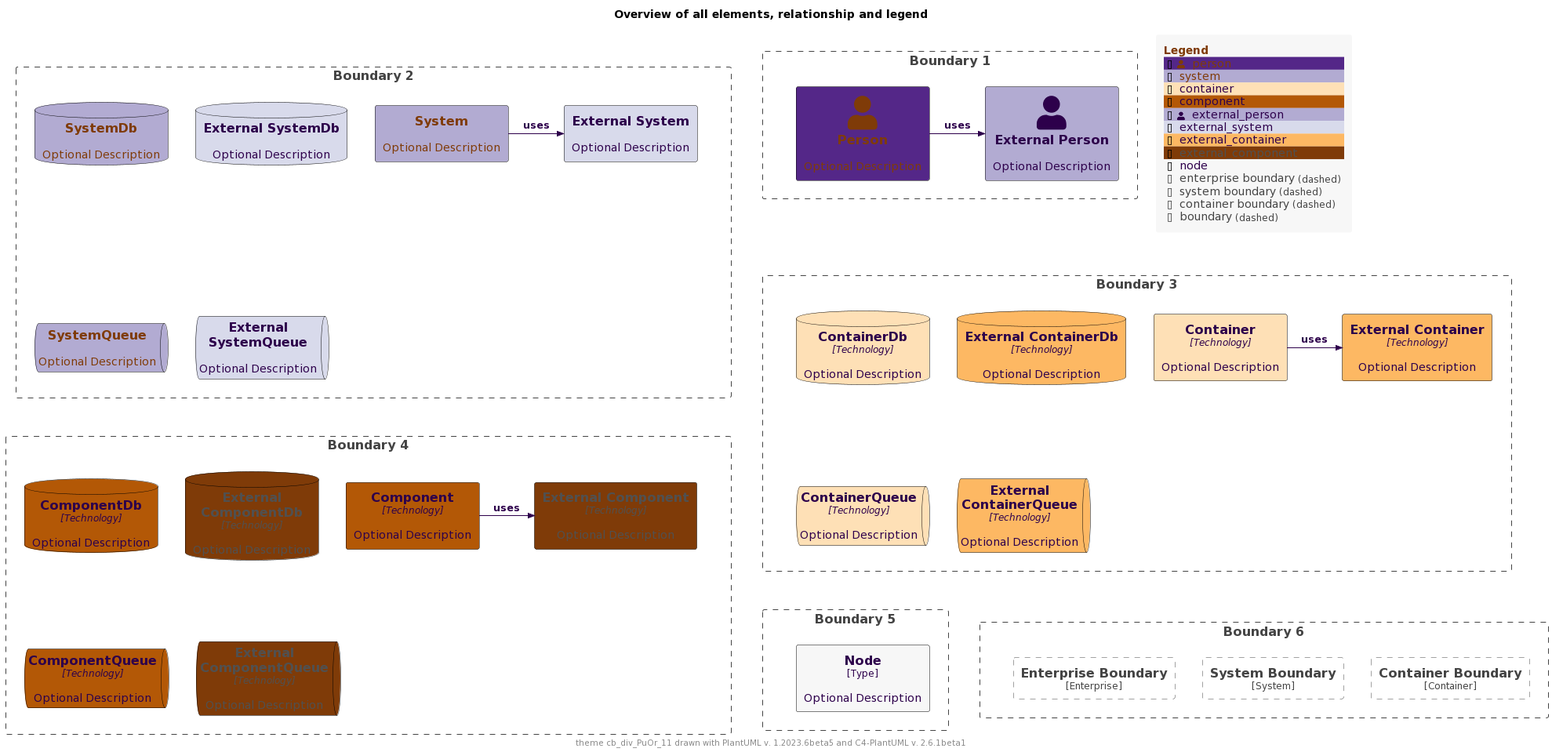
Before: palettes/puml-theme-cb_div_PuOr_11-example.png, a diagram exported from PlantUML (mweagle/C4-PlantUML-Themes).
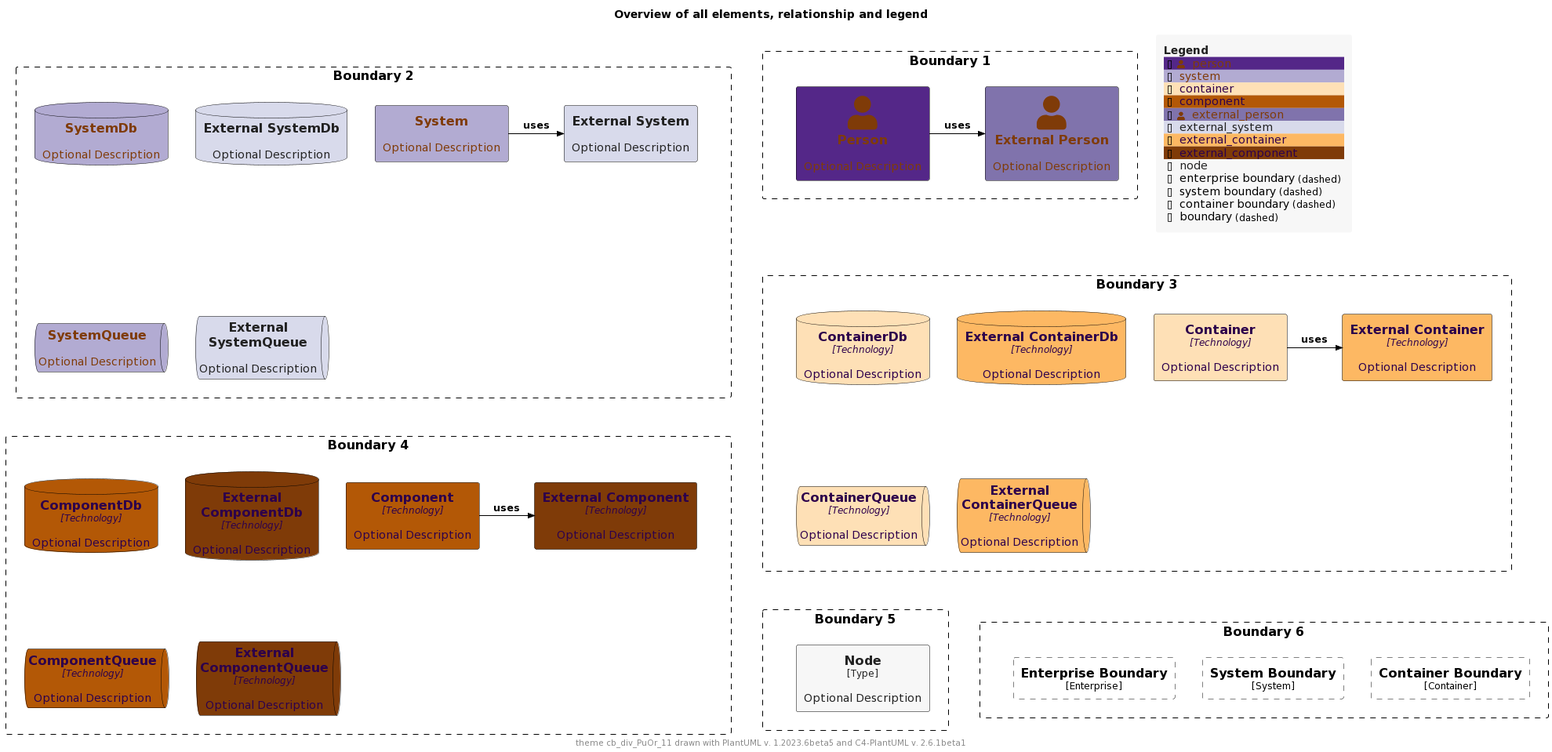
After the change.

The edit, as a diff of the source:
```diff
@@ -2,16 +2,16 @@
 !$THEME = "cb_div_PuOr_11"
 
 !function $textcolor($bgColor)
-!if $bgcolor == $COLOR_INDEX_4 || $bgcolor == $COLOR_INDEX_5
+!if $bgColor == $COLOR_INDEX_0 || $bgColor == $COLOR_INDEX_1 || $bgColor == $COLOR_INDEX_2 || $bgColor == $COLOR_INDEX_3 || $bgColor == $COLOR_INDEX_4
+!return $COLOR_INDEX_10
+!elseif $bgColor == $COLOR_INDEX_7 || $bgColor == $COLOR_INDEX_8 || $bgColor == $COLOR_INDEX_9 || $bgColor == $COLOR_INDEX_10
+!return $COLOR_INDEX_0
+!elseif %is_light($bgColor)
+!return "#222222"
+!elseif %is_dark($bgColor)
+!return "#dddddd"
+!else
 !return $COLOR_TEXT_FALLBACK_COLOR
-!elseif $bgColor == $COLOR_INDEX_10
-!return $COLOR_TEXT_FALLBACK_COLOR
-!elseif $bgColor == $COLOR_INDEX_0
-!return $COLOR_TEXT_FALLBACK_COLOR
-!elseif %is_light($bgColor)
-!return $COLOR_TEXT_DARK
-!else
-!return $COLOR_TEXT_LIGHT
 !endif
 !endfunction
 
@@ -28,42 +28,40 @@
 !$COLOR_INDEX_10="#2D004B"
 !$COLOR_BORDER_COLOR="#000000"
 
-!$COLOR_REL_COLOR="#2D004B"
-
 !$COLOR_TEXT_LIGHT=$COLOR_INDEX_0
 !$COLOR_TEXT_DARK=$COLOR_INDEX_10
 !$COLOR_TEXT_NEUTRAL=$textcolor($COLOR_INDEX_5)
-!$COLOR_REL_COLOR=$textcolor($COLOR_INDEX_0)
+!$COLOR_REL_COLOR=$textcolor($COLOR_INDEX_10)
 
-!$COLOR_TEXT_FALLBACK_COLOR ?= "#505050"
+!$COLOR_TEXT_FALLBACK_COLOR ?= "#000000"
 
 !$STEREOTYPE_FONT_SIZE ?= 12
 !$TECHN_FONT_SIZE ?= 12
 
-!$ELEMENT_FONT_COLOR ?= $COLOR_TEXT_NEUTRAL
+!$ELEMENT_FONT_COLOR ?= $COLOR_TEXT_FALLBACK_COLOR
 
-!$ARROW_COLOR ?= $COLOR_TEXT_NEUTRAL
-!$ARROW_FONT_COLOR ?= $COLOR_TEXT_NEUTRAL
+!$ARROW_COLOR ?= $COLOR_TEXT_FALLBACK_COLOR
+!$ARROW_FONT_COLOR ?= $COLOR_TEXT_FALLBACK_COLOR
 !$ARROW_FONT_SIZE ?= 12
 
-!$BOUNDARY_COLOR ?= "#444444"
+!$BOUNDARY_COLOR ?= $COLOR_BORDER_COLOR
 !$BOUNDARY_BG_COLOR ?= "transparent"
 !$BOUNDARY_BORDER_STYLE ?= "dashed"
 
-!$PERSON_FONT_COLOR ?= $textcolor($COLOR_INDEX_9)
 !$PERSON_BG_COLOR ?= $COLOR_INDEX_9
+!$PERSON_FONT_COLOR ?= $textcolor($PERSON_BG_COLOR)
 !$PERSON_BORDER_COLOR ?= $COLOR_BORDER_COLOR
 
-!$EXTERNAL_PERSON_FONT_COLOR ?= $textcolor($COLOR_INDEX_7)
-!$EXTERNAL_PERSON_BG_COLOR ?= $COLOR_INDEX_7
+!$EXTERNAL_PERSON_BG_COLOR ?= $COLOR_INDEX_8
+!$EXTERNAL_PERSON_FONT_COLOR ?= $textcolor($EXTERNAL_PERSON_BG_COLOR)
 !$EXTERNAL_PERSON_BORDER_COLOR ?= $COLOR_BORDER_COLOR
 
-!$SYSTEM_FONT_COLOR ?= $COLOR_TEXT_LIGHT
 !$SYSTEM_BG_COLOR ?= $COLOR_INDEX_7
+!$SYSTEM_FONT_COLOR ?= $textcolor($SYSTEM_BG_COLOR)
 !$SYSTEM_BORDER_COLOR ?= $COLOR_BORDER_COLOR
 
-!$EXTERNAL_SYSTEM_FONT_COLOR ?= $textcolor($COLOR_INDEX_6)
 !$EXTERNAL_SYSTEM_BG_COLOR ?= $COLOR_INDEX_6
+!$EXTERNAL_SYSTEM_FONT_COLOR ?= $textcolor($EXTERNAL_SYSTEM_BG_COLOR)
 !$EXTERNAL_SYSTEM_BORDER_COLOR ?= $COLOR_BORDER_COLOR
 
 !$SYSTEM_BOUNDARY_COLOR ?= $BOUNDARY_COLOR
@@ -74,31 +72,31 @@
 !$ENTERPRISE_BOUNDARY_BG_COLOR ?= $BOUNDARY_BG_COLOR
 !$ENTERPRISE_BOUNDARY_BORDER_STYLE ?= $BOUNDARY_BORDER_STYLE
 
-!$CONTAINER_FONT_COLOR ?= $COLOR_TEXT_DARK
 !$CONTAINER_BG_COLOR ?= $COLOR_INDEX_4
+!$CONTAINER_FONT_COLOR ?= $textcolor($CONTAINER_BG_COLOR)
 !$CONTAINER_BORDER_COLOR ?= $COLOR_BORDER_COLOR
 
-!$EXTERNAL_CONTAINER_FONT_COLOR ?= $textcolor($COLOR_INDEX_3)
 !$EXTERNAL_CONTAINER_BG_COLOR ?= $COLOR_INDEX_3
+!$EXTERNAL_CONTAINER_FONT_COLOR ?= $textcolor($EXTERNAL_CONTAINER_BG_COLOR)
 !$EXTERNAL_CONTAINER_BORDER_COLOR ?= $COLOR_BORDER_COLOR
 
 !$CONTAINER_BOUNDARY_COLOR ?= $BOUNDARY_COLOR
 !$CONTAINER_BOUNDARY_BG_COLOR ?= $BOUNDARY_BG_COLOR
 !$CONTAINER_BOUNDARY_BORDER_STYLE ?= $BOUNDARY_BORDER_STYLE
 
-!$COMPONENT_FONT_COLOR ?= $COLOR_TEXT_DARK
 !$COMPONENT_BG_COLOR ?= $COLOR_INDEX_1
+!$COMPONENT_FONT_COLOR ?= $textcolor($COMPONENT_BG_COLOR)
 !$COMPONENT_BORDER_COLOR ?= $COLOR_BORDER_COLOR
 
-!$EXTERNAL_COMPONENT_FONT_COLOR ?= $textcolor($COLOR_INDEX_0)
 !$EXTERNAL_COMPONENT_BG_COLOR ?= $COLOR_INDEX_0
+!$EXTERNAL_COMPONENT_FONT_COLOR ?= $textcolor($EXTERNAL_COMPONENT_BG_COLOR)
 !$EXTERNAL_COMPONENT_BORDER_COLOR ?= $COLOR_BORDER_COLOR
 
-!$NODE_FONT_COLOR ?= $textcolor($COLOR_INDEX_5)
 !$NODE_BG_COLOR ?= $COLOR_INDEX_5
+!$NODE_FONT_COLOR ?= $textcolor($NODE_BG_COLOR)
 !$NODE_BORDER_COLOR ?= $COLOR_BORDER_COLOR
 
-!$LEGEND_TITLE_COLOR ?= $COLOR_INDEX_0
+!$LEGEND_TITLE_COLOR ?= $textcolor($COLOR_INDEX_5)
 !$LEGEND_FONT_COLOR ?= $textcolor($COLOR_INDEX_5)
 !$LEGEND_BG_COLOR ?= $COLOR_INDEX_5
 !$LEGEND_BORDER_COLOR ?= $COLOR_INDEX_5
@@ -125,8 +123,8 @@
 !$LEGEND_DASHED_TRANSPARENT_BOUNDARY ?= "dashed"
 
 !$SKETCH_BG_COLOR ?= "transparent"
-!$SKETCH_FONT_COLOR ?= $COLOR_INDEX_NEUTRAL
-!$SKETCH_WARNING_COLOR ?= $COLOR_INDEX_10
+!$SKETCH_FONT_COLOR ?= $COLOR_INDEX_10
+!$SKETCH_WARNING_COLOR ?= $COLOR_INDEX_0
 
 !$SKETCH_FONT_NAME ?= "Gochi Hand"
 
@@ -135,5 +133,84 @@
 
 !$ROUNDED_BOX_SIZE ?= 25
 !$EIGHT_SIDED_SIZE ?= 18
-!include https://raw.githubusercontent.com/plantuml-stdlib/C4-PlantUML/master/percy/TestAllElementsWithLegend.puml
+
+
+!if %variable_exists("RELATIVE_INCLUDE")
+  !include %get_variable_value("RELATIVE_INCLUDE")/C4_Component.puml
+  !include %get_variable_value("RELATIVE_INCLUDE")/C4_Deployment.puml
+!else
+  !include https://raw.githubusercontent.com/plantuml-stdlib/C4-PlantUML/master/C4_Component.puml
+  !include https://raw.githubusercontent.com/plantuml-stdlib/C4-PlantUML/master/C4_Deployment.puml
+!endif
+
+SetDefaultLegendEntries("person\nsystem\ncontainer\ncomponent\nexternal_person\nexternal_system\nexternal_container\nexternal_component\nnode\nenterprise_boundary\nsystem_boundary\ncontainer_boundary\nboundary")
+
+title Overview of all elements, relationship and legend
+
+footer theme $THEME drawn with PlantUML v. %version() and C4-PlantUML v. C4Version()
+
+Boundary(b2, "Boundary 2") {
+  System(system, "System", "Optional Description")
+  System_Ext(externalSystem, "External System", "Optional Description")
+  Rel_R(system, externalSystem, "uses")
+
+  SystemDb(systemDb, "SystemDb", "Optional Description")
+  SystemDb_Ext(externalSystemDb, "External SystemDb", "Optional Description")
+  SystemQueue(systemQueue, "SystemQueue", "Optional Description")
+  SystemQueue_Ext(externalSystemQueue, "External SystemQueue", "Optional Description")
+}
+
+Boundary(b1, "Boundary 1") {
+  Person(person, "Person", "Optional Description")
+  Person_Ext(externalPerson, "External Person", "Optional Description")
+  Rel_R(person, externalPerson, "uses")
+}
+
+Boundary(b3, "Boundary 3") {
+  Container(container, "Container", "Technology", "Optional Description")
+  Container_Ext(externalContainer, "External Container", "Technology", "Optional Description")
+  Rel_R(container, externalContainer, "uses")
+
+  ContainerDb(containerDb, "ContainerDb", "Technology", "Optional Description")
+  ContainerDb_Ext(externalContainerDb, "External ContainerDb", "Technology", "Optional Description")
+  ContainerQueue(containerQueue, "ContainerQueue", "Technology", "Optional Description")
+  ContainerQueue_Ext(externalContainerQueue, "External ContainerQueue", "Technology", "Optional Description")
+}
+
+Boundary(b4, "Boundary 4") {
+  Component(component, "Component", "Technology", "Optional Description")
+  Component_Ext(externalComponent, "External Component", "Technology", "Optional Description")
+  Rel_R(component, externalComponent, "uses")
+
+  ComponentDb(componentDb, "ComponentDb", "Technology", "Optional Description")
+  ComponentDb_Ext(externalComponentDb, "External ComponentDb", "Technology", "Optional Description")
+  ComponentQueue(componentQueue, "ComponentQueue", "Technology", "Optional Description")
+  ComponentQueue_Ext(externalComponentQueue, "External ComponentQueue", "Technology", "Optional Description")
+}
+
+Boundary(b5, "Boundary 5") {
+  Node(node, "Node", "Type", "Optional Description")
+}
+
+Boundary(b6, "Boundary 6") {
+  Enterprise_Boundary(eb, "Enterprise Boundary") {
+  }
+
+  System_Boundary(sb, "System Boundary") {
+  }
+
+  Container_Boundary(cb, "Container Boundary") {
+  }
+
+  Lay_R(eb,sb)
+  Lay_R(sb,cb)
+}
+
+Lay_D(b2,b3)
+Lay_R(b2,b1)
+Lay_D(b3,b4)
+Lay_D(b4,b5)
+Lay_R(b5,b6)
+
+SHOW_FLOATING_LEGEND()
 @enduml
```
